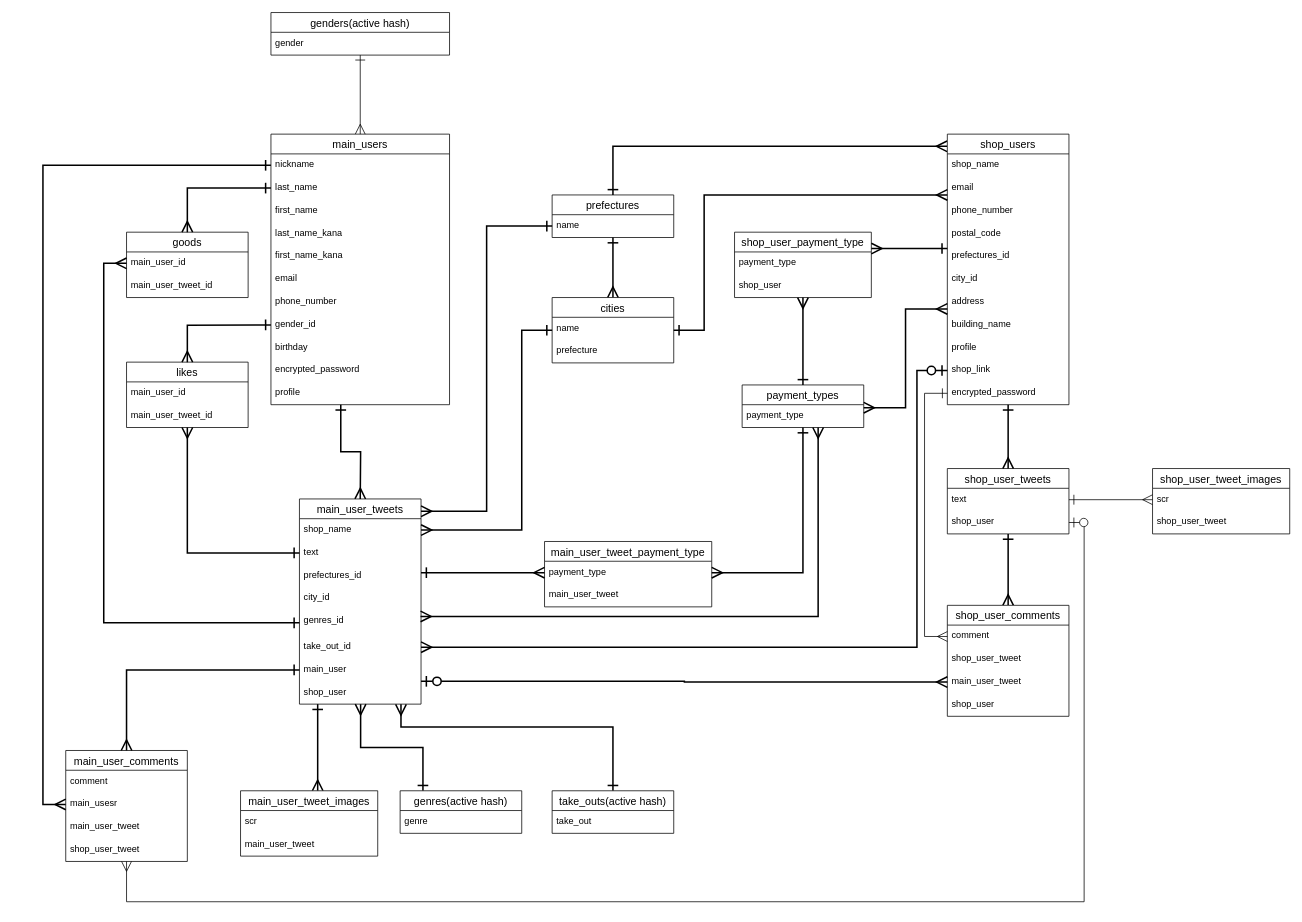
reityeru/e-seacher keeps this draw.io diagram as e-seacher(ER図).dio. Above is the earlier version. Source tidied: cells renumbered, new cells numbered last; positions are measured from the earlier drawing's top-left corner, leaving out a move shared by most shapes. Both pictures are drawn from the tidied source at 76%, with x=0, y=0 at pixel (65, 12).
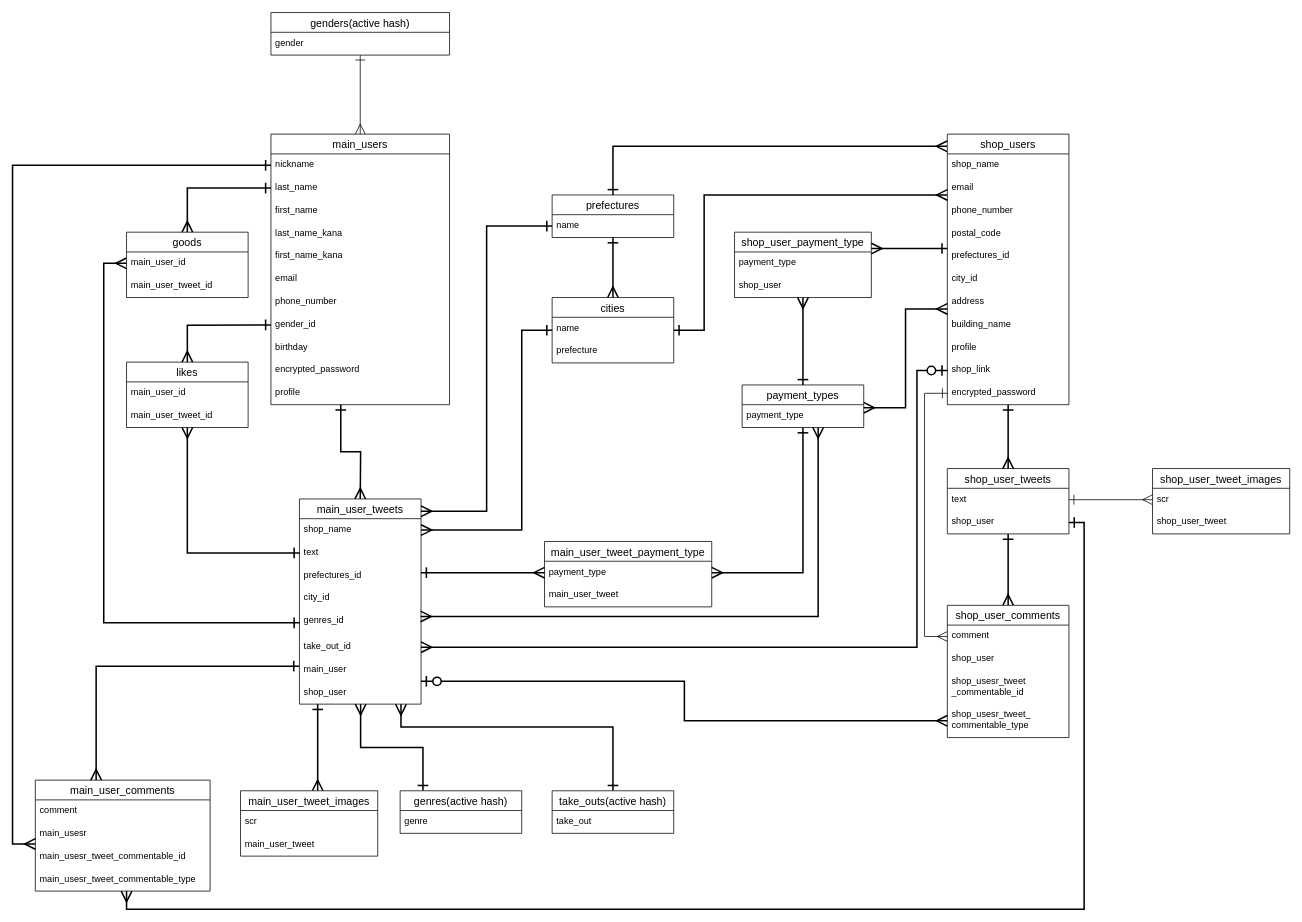
After the change.

Commit message:
ER図修正（comment類をポリモーフィック関連付けに変更）

Unchanged cells that the change refers to:
```xml
<mxCell id="8" value="nickname" style="text;strokeColor=none;fillColor=none;spacingLeft=4;spacingRight=4;overflow=hidden;points=[[0,0.5],[1,0.5]];portConstraint=eastwest;fontSize=12;" parent="7" vertex="1">
  <mxGeometry y="26" width="235" height="30" as="geometry" />
</mxCell>
<mxCell id="37" value="main_user" style="text;strokeColor=none;fillColor=none;spacingLeft=4;spacingRight=4;overflow=hidden;points=[[0,0.5],[1,0.5]];portConstraint=eastwest;fontSize=12;" parent="30" vertex="1">
  <mxGeometry y="210" width="160" height="30" as="geometry" />
</mxCell>
<mxCell id="42" value="shop_user" style="text;strokeColor=none;fillColor=none;spacingLeft=4;spacingRight=4;overflow=hidden;points=[[0,0.5],[1,0.5]];portConstraint=eastwest;fontSize=12;" parent="40" vertex="1">
  <mxGeometry y="56" width="160" height="30" as="geometry" />
</mxCell>
```

The edit, as a diff of the source:
```diff
@@
     <mxCell id="51" value="shop_user_comments" style="swimlane;fontStyle=0;horizontal=1;startSize=26;align=center;fontSize=14;" parent="1" vertex="1">
-      <mxGeometry x="1160" y="780" width="160" height="146" as="geometry" />
+      <mxGeometry x="1160" y="780" width="160" height="174" as="geometry" />
     </mxCell>
@@
+    <mxCell id="55" value="shop_user" style="text;strokeColor=none;fillColor=none;spacingLeft=4;spacingRight=4;overflow=hidden;fontSize=12;" parent="51" vertex="1">
+      <mxGeometry y="56" width="160" height="30" as="geometry" />
+    </mxCell>
-    <mxCell id="53" value="shop_user_tweet" style="text;strokeColor=none;fillColor=none;spacingLeft=4;spacingRight=4;overflow=hidden;fontSize=12;" parent="51" vertex="1">
-      <mxGeometry y="56" width="160" height="30" as="geometry" />
+    <mxCell id="53" value="shop_usesr_tweet&#10;_commentable_id" style="text;strokeColor=none;fillColor=none;spacingLeft=4;spacingRight=4;overflow=hidden;fontSize=12;" parent="51" vertex="1">
+      <mxGeometry y="86" width="160" height="44" as="geometry" />
     </mxCell>
-    <mxCell id="54" value="main_user_tweet" style="text;strokeColor=none;fillColor=none;spacingLeft=4;spacingRight=4;overflow=hidden;points=[[0,0.5],[1,0.5]];portConstraint=eastwest;fontSize=12;" parent="51" vertex="1">
-      <mxGeometry y="86" width="160" height="30" as="geometry" />
+    <mxCell id="54" value="shop_usesr_tweet_&#10;commentable_type" style="text;strokeColor=none;fillColor=none;spacingLeft=4;spacingRight=4;overflow=hidden;points=[[0,0.5],[1,0.5]];portConstraint=eastwest;fontSize=12;" parent="51" vertex="1">
+      <mxGeometry y="130" width="160" height="44" as="geometry" />
     </mxCell>
-    <mxCell id="55" value="shop_user" style="text;strokeColor=none;fillColor=none;spacingLeft=4;spacingRight=4;overflow=hidden;fontSize=12;" parent="51" vertex="1">
-      <mxGeometry y="116" width="160" height="30" as="geometry" />
-    </mxCell>
@@
     <mxCell id="62" value="main_user_comments" style="swimlane;fontStyle=0;horizontal=1;startSize=26;align=center;fontSize=14;" parent="1" vertex="1">
-      <mxGeometry y="971" width="160" height="146" as="geometry" />
+      <mxGeometry x="-40" y="1010" width="230" height="146" as="geometry" />
     </mxCell>
     <mxCell id="63" value="comment" style="text;strokeColor=none;fillColor=none;spacingLeft=4;spacingRight=4;overflow=hidden;fontSize=12;" parent="62" vertex="1">
-      <mxGeometry y="26" width="160" height="30" as="geometry" />
+      <mxGeometry y="26" width="230" height="30" as="geometry" />
     </mxCell>
+    <mxCell id="108" value="main_usesr" style="text;strokeColor=none;fillColor=none;spacingLeft=4;spacingRight=4;overflow=hidden;points=[[0,0.5],[1,0.5]];portConstraint=eastwest;fontSize=12;" parent="62" vertex="1">
+      <mxGeometry y="56" width="230" height="30" as="geometry" />
+    </mxCell>
+    <mxCell id="109" value="main_usesr_tweet_commentable_id" style="text;strokeColor=none;fillColor=none;spacingLeft=4;spacingRight=4;overflow=hidden;fontSize=12;" parent="62" vertex="1">
+      <mxGeometry y="86" width="230" height="30" as="geometry" />
+    </mxCell>
-    <mxCell id="64" value="main_usesr" style="text;strokeColor=none;fillColor=none;spacingLeft=4;spacingRight=4;overflow=hidden;points=[[0,0.5],[1,0.5]];portConstraint=eastwest;fontSize=12;" parent="62" vertex="1">
-      <mxGeometry y="56" width="160" height="30" as="geometry" />
+    <mxCell id="64" value="main_usesr_tweet_commentable_type" style="text;strokeColor=none;fillColor=none;spacingLeft=4;spacingRight=4;overflow=hidden;points=[[0,0.5],[1,0.5]];portConstraint=eastwest;fontSize=12;" parent="62" vertex="1">
+      <mxGeometry y="116" width="230" height="30" as="geometry" />
     </mxCell>
-    <mxCell id="65" value="main_user_tweet" style="text;strokeColor=none;fillColor=none;spacingLeft=4;spacingRight=4;overflow=hidden;fontSize=12;" parent="62" vertex="1">
-      <mxGeometry y="86" width="160" height="30" as="geometry" />
-    </mxCell>
-    <mxCell id="66" value="shop_user_tweet" style="text;strokeColor=none;fillColor=none;spacingLeft=4;spacingRight=4;overflow=hidden;fontSize=12;" parent="62" vertex="1">
-      <mxGeometry y="116" width="160" height="30" as="geometry" />
-    </mxCell>
@@
-    <mxCell id="94" style="edgeStyle=orthogonalEdgeStyle;rounded=0;jettySize=auto;html=1;exitX=0;exitY=0.5;exitDx=0;exitDy=0;entryX=0;entryY=0.5;entryDx=0;entryDy=0;startArrow=ERone;startFill=0;startSize=11;endArrow=ERmany;endFill=0;endSize=11;strokeWidth=2;" parent="1" edge="1" source="8" target="64">
+    <mxCell id="94" style="edgeStyle=orthogonalEdgeStyle;rounded=0;jettySize=auto;html=1;exitX=0;exitY=0.5;exitDx=0;exitDy=0;entryX=0;entryY=0.933;entryDx=0;entryDy=0;startArrow=ERone;startFill=0;startSize=11;endArrow=ERmany;endFill=0;endSize=11;strokeWidth=2;entryPerimeter=0;" parent="1" edge="1" source="8" target="108">
       <mxGeometry relative="1" as="geometry" />
     </mxCell>
-    <mxCell id="95" style="edgeStyle=orthogonalEdgeStyle;rounded=0;jettySize=auto;html=1;exitX=0;exitY=0.5;exitDx=0;exitDy=0;entryX=0.5;entryY=0;entryDx=0;entryDy=0;startArrow=ERone;startFill=0;startSize=11;endArrow=ERmany;endFill=0;endSize=11;strokeWidth=2;" parent="1" edge="1" source="37" target="62">
-      <mxGeometry relative="1" as="geometry" />
+    <mxCell id="95" style="edgeStyle=orthogonalEdgeStyle;rounded=0;orthogonalLoop=1;jettySize=auto;html=1;startArrow=ERone;startFill=0;startSize=11;endArrow=ERmany;endFill=0;endSize=11;strokeWidth=2;" parent="1" edge="1">
+      <mxGeometry relative="1" as="geometry">
+        <mxPoint x="307" y="860" as="sourcePoint" />
+        <mxPoint x="40" y="1010" as="targetPoint" />
+        <Array as="points">
+          <mxPoint x="307" y="860" />
+          <mxPoint x="40" y="860" />
+        </Array>
+      </mxGeometry>
     </mxCell>
@@
-    <mxCell id="106" style="edgeStyle=orthogonalEdgeStyle;rounded=0;jettySize=auto;html=1;exitX=1;exitY=0.5;exitDx=0;exitDy=0;endSize=11;startSize=11;endArrow=ERmany;endFill=0;startArrow=ERzeroToOne;startFill=1;" parent="1" edge="1" source="42" target="62">
+    <mxCell id="106" style="edgeStyle=orthogonalEdgeStyle;rounded=0;jettySize=auto;html=1;exitX=1;exitY=0.5;exitDx=0;exitDy=0;endSize=11;startSize=11;endArrow=ERmany;endFill=0;startArrow=ERone;startFill=0;strokeWidth=2;" parent="1" edge="1" source="42" target="62">
       <mxGeometry relative="1" as="geometry">
         <Array as="points">
           <mxPoint x="1340" y="671" />
-          <mxPoint x="1340" y="1170" />
-          <mxPoint x="80" y="1170" />
+          <mxPoint x="1340" y="1180" />
+          <mxPoint x="80" y="1180" />
         </Array>
       </mxGeometry>
     </mxCell>
```
